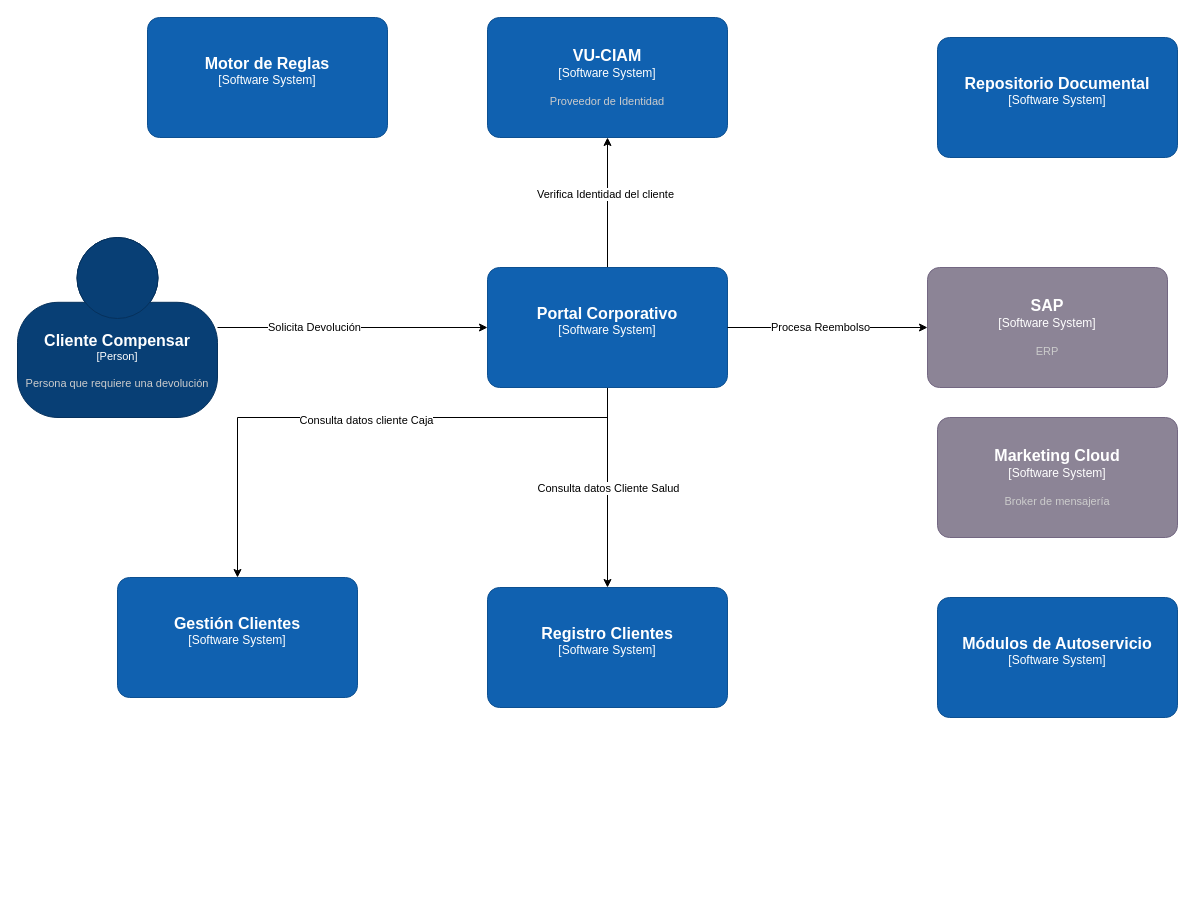
Above: page "Context" (1 of 4) of Devoluciones.drawio in carlosvalderrama1204/diagrams (draw.io), before the change. Source tidied: cells renumbered, new cells numbered last; positions are measured from the earlier drawing's top-left corner, leaving out a move shared by most shapes. Both pictures are drawn from the tidied source at 100%, with x=0, y=0 at pixel (17, 17).
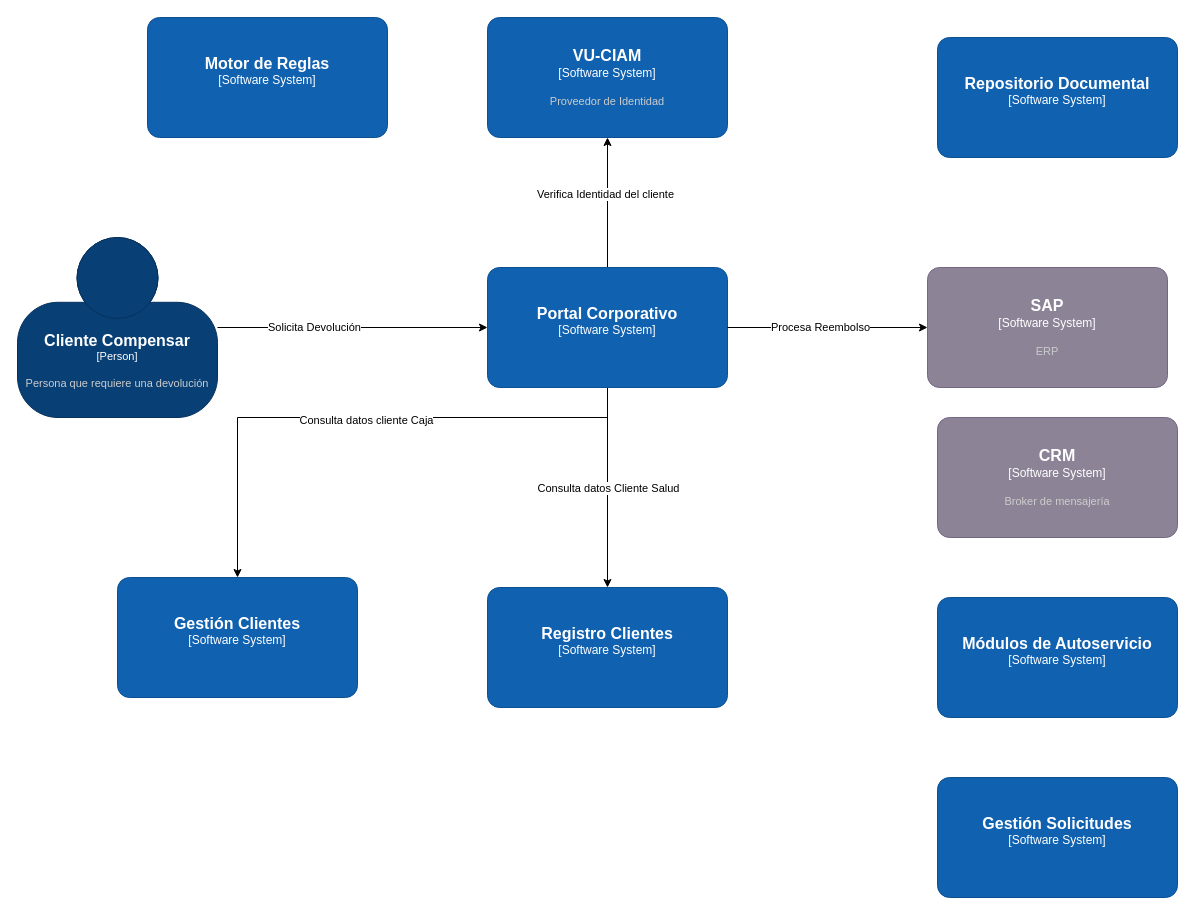
Above is the later version.

Diff of the diagram source:
```diff
@@
-    <object id="13" label="&lt;font style=&quot;font-size: 16px&quot;&gt;&lt;b&gt;%c4Name%&lt;/b&gt;&lt;/font&gt;&lt;div&gt;[%c4Type%]&lt;/div&gt;&lt;br&gt;&lt;div&gt;&lt;font style=&quot;font-size: 11px&quot;&gt;&lt;font color=&quot;#cccccc&quot;&gt;%c4Description%&lt;/font&gt;&lt;/div&gt;" c4Description="Broker de mensajería" c4Name="Marketing Cloud" c4Type="Software System" placeholders="1">
+    <object id="13" label="&lt;font style=&quot;font-size: 16px&quot;&gt;&lt;b&gt;%c4Name%&lt;/b&gt;&lt;/font&gt;&lt;div&gt;[%c4Type%]&lt;/div&gt;&lt;br&gt;&lt;div&gt;&lt;font style=&quot;font-size: 11px&quot;&gt;&lt;font color=&quot;#cccccc&quot;&gt;%c4Description%&lt;/font&gt;&lt;/div&gt;" c4Description="Broker de mensajería" c4Name="CRM" c4Type="Software System" placeholders="1">
       <mxCell style="rounded=1;whiteSpace=wrap;html=1;labelBackgroundColor=none;fillColor=#8C8496;fontColor=#ffffff;align=center;arcSize=10;strokeColor=#736782;" parent="1" vertex="1">
         <mxGeometry x="920" y="400" width="240" height="120" as="geometry" />
       </mxCell>
     </object>
@@
+    <object id="22" label="&lt;font style=&quot;font-size: 16px&quot;&gt;&lt;b&gt;%c4Name%&lt;/b&gt;&lt;/font&gt;&lt;div&gt;[%c4Type%]&lt;/div&gt;&lt;br&gt;&lt;div&gt;&lt;font style=&quot;font-size: 11px&quot;&gt;&lt;font color=&quot;#cccccc&quot;&gt;%c4Description%&lt;/font&gt;&lt;/div&gt;" c4Description="" c4Name="Gestión Solicitudes" c4Type="Software System" placeholders="1">
+      <mxCell style="rounded=1;whiteSpace=wrap;html=1;labelBackgroundColor=none;fillColor=#1061B0;fontColor=#ffffff;align=center;arcSize=10;strokeColor=#0D5091;" parent="1" vertex="1">
+        <mxGeometry x="920" y="760" width="240" height="120" as="geometry" />
+      </mxCell>
+    </object>
```
